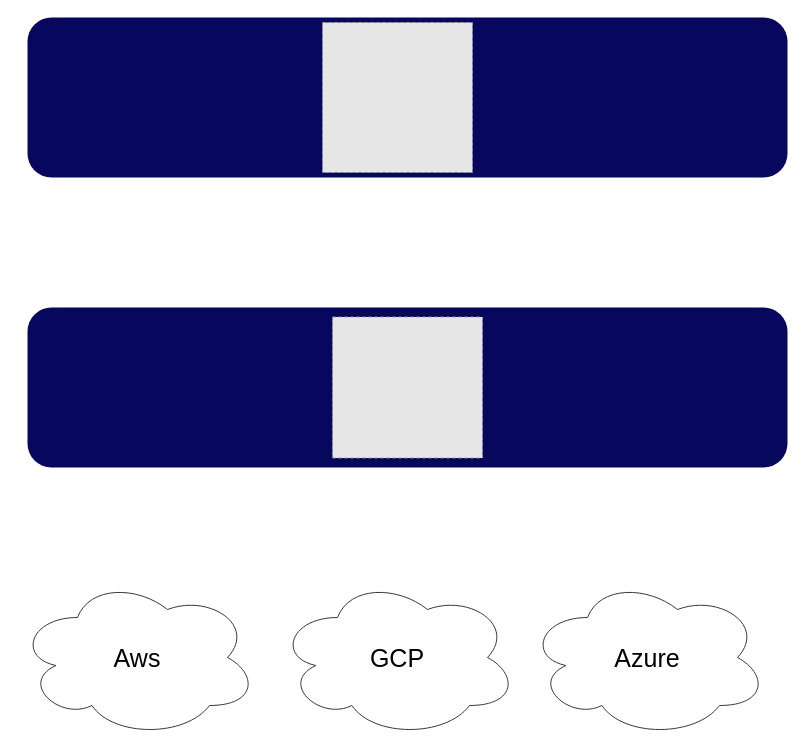
Earlier version of the draw.io diagram architecture/highlevel.drawio (cdev-framework/cdev-sdk). Source tidied: cells renumbered, new cells numbered last; positions are measured from the earlier drawing's top-left corner, leaving out a move shared by most shapes. Both pictures are drawn from the tidied source at 100%, with x=0, y=0 at pixel (17, 17). Pictures stored in the file or linked from it are replaced by grey dashed boxes.
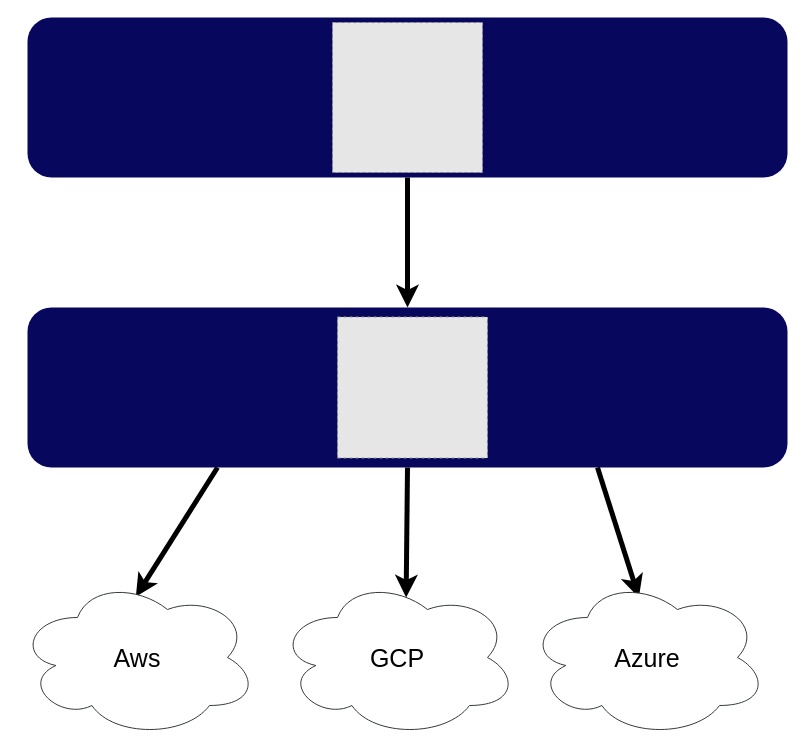
The same page after the edit.

What changed in the source:
```diff
@@
 <mxGraphModel>
   <root>
     <mxCell id="0" />
     <mxCell id="1" parent="0" />
+    <mxCell id="9" style="edgeStyle=none;html=1;exitX=0.5;exitY=1;exitDx=0;exitDy=0;entryX=0.5;entryY=0;entryDx=0;entryDy=0;strokeColor=#000000;endSize=7;strokeWidth=5;" parent="1" edge="1" source="2" target="3">
+      <mxGeometry relative="1" as="geometry" />
+    </mxCell>
     <mxCell id="2" style="rounded=1;whiteSpace=wrap;html=1;fillColor=#07085D;strokeColor=none;" parent="1" vertex="1">
       <mxGeometry x="10" width="760" height="160" as="geometry" />
     </mxCell>
+    <mxCell id="10" style="edgeStyle=none;html=1;exitX=0.25;exitY=1;exitDx=0;exitDy=0;strokeColor=#000000;endSize=7;strokeWidth=5;entryX=0.493;entryY=0.12;entryDx=0;entryDy=0;entryPerimeter=0;" parent="1" edge="1" source="3" target="4">
+      <mxGeometry relative="1" as="geometry" />
+    </mxCell>
+    <mxCell id="11" style="edgeStyle=none;html=1;exitX=0.75;exitY=1;exitDx=0;exitDy=0;entryX=0.464;entryY=0.125;entryDx=0;entryDy=0;entryPerimeter=0;strokeColor=#000000;endSize=7;strokeWidth=5;" parent="1" edge="1" source="3" target="6">
+      <mxGeometry relative="1" as="geometry" />
+    </mxCell>
+    <mxCell id="12" style="edgeStyle=none;html=1;exitX=0.5;exitY=1;exitDx=0;exitDy=0;entryX=0.536;entryY=0.125;entryDx=0;entryDy=0;entryPerimeter=0;strokeColor=#000000;endSize=7;strokeWidth=5;" parent="1" edge="1" source="3" target="5">
+      <mxGeometry relative="1" as="geometry" />
+    </mxCell>
     <mxCell id="3" style="rounded=1;whiteSpace=wrap;html=1;fillColor=#07085d;strokeColor=none;" parent="1" vertex="1">
       <mxGeometry x="10" y="290" width="760" height="160" as="geometry" />
     </mxCell>
     <mxCell id="4" value="&lt;font color=&quot;#000000&quot; style=&quot;font-size: 25px&quot;&gt;Aws&lt;/font&gt;" style="ellipse;shape=cloud;whiteSpace=wrap;html=1;strokeColor=#36393d;fillColor=#FFFFFF;" parent="1" vertex="1">
       <mxGeometry y="560" width="240" height="160" as="geometry" />
     </mxCell>
     <mxCell id="5" value="&lt;font color=&quot;#000000&quot; style=&quot;font-size: 25px&quot;&gt;GCP&lt;/font&gt;" style="ellipse;shape=cloud;whiteSpace=wrap;html=1;strokeColor=#36393d;fillColor=#FFFFFF;" parent="1" vertex="1">
       <mxGeometry x="260" y="560" width="240" height="160" as="geometry" />
     </mxCell>
     <mxCell id="6" value="&lt;font color=&quot;#000000&quot; style=&quot;font-size: 25px&quot;&gt;Azure&lt;br&gt;&lt;/font&gt;" style="ellipse;shape=cloud;whiteSpace=wrap;html=1;strokeColor=#36393d;fillColor=#FFFFFF;" parent="1" vertex="1">
       <mxGeometry x="510" y="560" width="240" height="160" as="geometry" />
     </mxCell>
     <mxCell id="7" style="fillColor=#E6E6E6;strokeColor=#999999;dashed=1;verticalLabelPosition=bottom;labelBackgroundColor=#ffffff;verticalAlign=top;" parent="1" vertex="1">
-      <mxGeometry x="315" y="299.5" width="150" height="141" as="geometry" />
+      <mxGeometry x="320" y="299.5" width="150" height="141" as="geometry" />
     </mxCell>
     <mxCell id="8" style="fillColor=#E6E6E6;strokeColor=#999999;dashed=1;verticalLabelPosition=bottom;labelBackgroundColor=#ffffff;verticalAlign=top;" parent="1" vertex="1">
-      <mxGeometry x="305" y="5" width="150" height="150" as="geometry" />
+      <mxGeometry x="315" y="5" width="150" height="150" as="geometry" />
     </mxCell>
   </root>
 </mxGraphModel>
```
